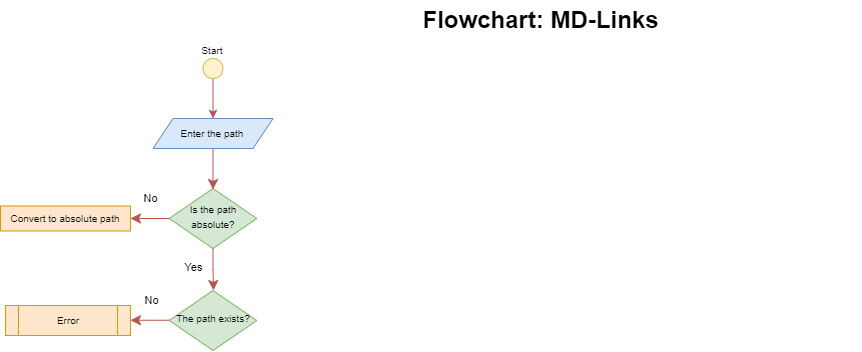
Before: Diagrama_flujo_md-Links.drawio.png, a diagram exported from draw.io (arelia10/LIM017-md-links). Source tidied: cells renumbered, new cells last; positions are measured from the earlier drawing's top-left corner, leaving out a move shared by most shapes.
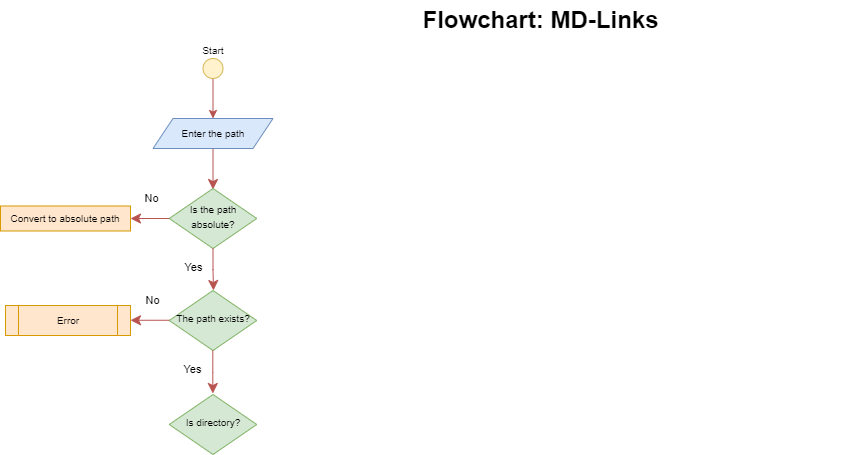
The same diagram one commit later.

What changed in the source:
```diff
@@ -51,5 +51,18 @@
     <mxCell id="14" value="Error" style="shape=process;whiteSpace=wrap;html=1;backgroundOutline=1;fontSize=10;fillColor=#ffe6cc;strokeColor=#d79b00;" parent="1" vertex="1">
       <mxGeometry x="5" y="305" width="125" height="30" as="geometry" />
     </mxCell>
+    <mxCell id="15" value="Yes" style="edgeStyle=orthogonalEdgeStyle;rounded=0;html=1;jettySize=auto;orthogonalLoop=1;fontSize=11;endArrow=classic;endFill=1;endSize=8;strokeWidth=1;shadow=0;labelBackgroundColor=none;fillColor=#f8cecc;strokeColor=#b85450;" parent="1" edge="1">
+      <mxGeometry x="-0.11" y="-20" relative="1" as="geometry">
+        <mxPoint x="212.3" y="350" as="sourcePoint" />
+        <mxPoint x="212.3" y="393" as="targetPoint" />
+        <Array as="points">
+          <mxPoint x="212.3" y="372" />
+          <mxPoint x="212.3" y="372" />
+        </Array>
+      </mxGeometry>
+    </mxCell>
+    <mxCell id="16" value="&lt;font style=&quot;font-size: 10px;&quot;&gt;Is directory?&lt;/font&gt;" style="rhombus;whiteSpace=wrap;html=1;shadow=0;fontFamily=Helvetica;fontSize=12;align=center;strokeWidth=1;spacing=6;spacingTop=-4;fillColor=#d5e8d4;strokeColor=#82b366;" parent="1" vertex="1">
+      <mxGeometry x="168.8" y="394" width="87.5" height="60" as="geometry" />
+    </mxCell>
   </root>
 </mxGraphModel>
```
